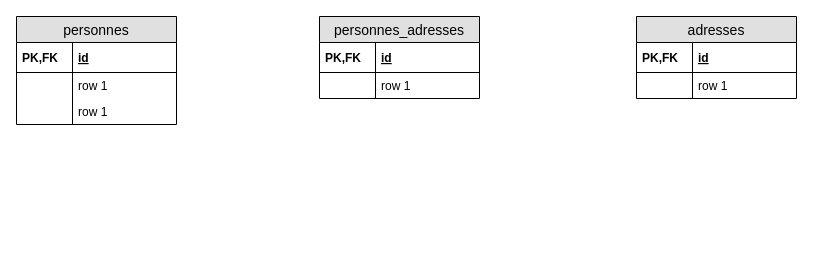
Before: Untitled Diagram.drawio in uniswim/uniswim, a draw.io diagram. Source tidied: cells renumbered, new cells numbered last; positions are measured from the earlier drawing's top-left corner, leaving out a move shared by most shapes. Both pictures are drawn from the tidied source at 100%, with x=0, y=0 at pixel (16, 16).
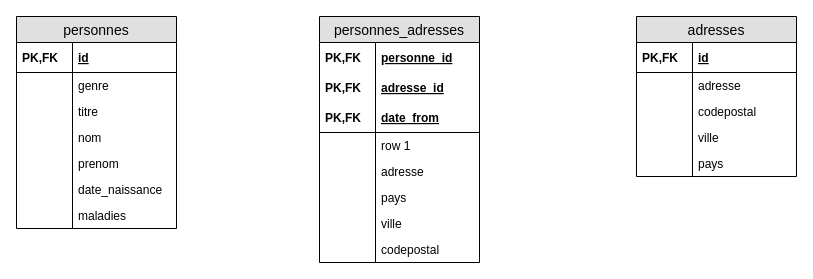
After the change.

Change to the diagram source:
```diff
@@
     <mxCell id="2" value="personnes" style="swimlane;fontStyle=0;horizontal=1;startSize=26;fillColor=#e0e0e0;swimlaneFillColor=#ffffff;align=center;fontSize=14;" parent="1" vertex="1">
-      <mxGeometry width="160" height="108" as="geometry" />
+      <mxGeometry width="160" height="212" as="geometry" />
     </mxCell>
@@
-    <mxCell id="5" value="row 1" style="shape=partialRectangle;top=0;left=0;right=0;bottom=0;align=left;verticalAlign=top;fillColor=none;spacingLeft=60;spacingRight=4;overflow=hidden;fontSize=12;" parent="2" vertex="1">
+    <mxCell id="5" value="genre" style="shape=partialRectangle;top=0;left=0;right=0;bottom=0;align=left;verticalAlign=top;fillColor=none;spacingLeft=60;spacingRight=4;overflow=hidden;fontSize=12;" parent="2" vertex="1">
       <mxGeometry y="56" width="160" height="26" as="geometry" />
     </mxCell>
@@
-    <mxCell id="7" value="row 1" style="shape=partialRectangle;top=0;left=0;right=0;bottom=0;align=left;verticalAlign=top;fillColor=none;spacingLeft=60;spacingRight=4;overflow=hidden;fontSize=12;" parent="2" vertex="1">
+    <mxCell id="7" value="titre" style="shape=partialRectangle;top=0;left=0;right=0;bottom=0;align=left;verticalAlign=top;fillColor=none;spacingLeft=60;spacingRight=4;overflow=hidden;fontSize=12;" parent="2" vertex="1">
       <mxGeometry y="82" width="160" height="26" as="geometry" />
     </mxCell>
@@
+    <mxCell id="19" value="nom" style="shape=partialRectangle;top=0;left=0;right=0;bottom=0;align=left;verticalAlign=top;fillColor=none;spacingLeft=60;spacingRight=4;overflow=hidden;fontSize=12;" parent="2" vertex="1">
+      <mxGeometry y="108" width="160" height="26" as="geometry" />
+    </mxCell>
+    <mxCell id="20" style="shape=partialRectangle;top=0;left=0;bottom=0;fillColor=none;align=left;verticalAlign=top;spacingLeft=4;spacingRight=4;overflow=hidden;fontSize=12;" parent="19" vertex="1">
+      <mxGeometry width="56" height="26" as="geometry" />
+    </mxCell>
+    <mxCell id="21" value="prenom" style="shape=partialRectangle;top=0;left=0;right=0;bottom=0;align=left;verticalAlign=top;fillColor=none;spacingLeft=60;spacingRight=4;overflow=hidden;fontSize=12;" parent="2" vertex="1">
+      <mxGeometry y="134" width="160" height="26" as="geometry" />
+    </mxCell>
+    <mxCell id="22" style="shape=partialRectangle;top=0;left=0;bottom=0;fillColor=none;align=left;verticalAlign=top;spacingLeft=4;spacingRight=4;overflow=hidden;fontSize=12;" parent="21" vertex="1">
+      <mxGeometry width="56" height="26" as="geometry" />
+    </mxCell>
+    <mxCell id="23" value="date_naissance" style="shape=partialRectangle;top=0;left=0;right=0;bottom=0;align=left;verticalAlign=top;fillColor=none;spacingLeft=60;spacingRight=4;overflow=hidden;fontSize=12;" parent="2" vertex="1">
+      <mxGeometry y="160" width="160" height="26" as="geometry" />
+    </mxCell>
+    <mxCell id="24" style="shape=partialRectangle;top=0;left=0;bottom=0;fillColor=none;align=left;verticalAlign=top;spacingLeft=4;spacingRight=4;overflow=hidden;fontSize=12;" parent="23" vertex="1">
+      <mxGeometry width="56" height="26" as="geometry" />
+    </mxCell>
+    <mxCell id="25" value="maladies" style="shape=partialRectangle;top=0;left=0;right=0;bottom=0;align=left;verticalAlign=top;fillColor=none;spacingLeft=60;spacingRight=4;overflow=hidden;fontSize=12;" parent="2" vertex="1">
+      <mxGeometry y="186" width="160" height="26" as="geometry" />
+    </mxCell>
+    <mxCell id="26" style="shape=partialRectangle;top=0;left=0;bottom=0;fillColor=none;align=left;verticalAlign=top;spacingLeft=4;spacingRight=4;overflow=hidden;fontSize=12;" parent="25" vertex="1">
+      <mxGeometry width="56" height="26" as="geometry" />
+    </mxCell>
     <mxCell id="9" value="adresses" style="swimlane;fontStyle=0;horizontal=1;startSize=26;fillColor=#e0e0e0;swimlaneFillColor=#ffffff;align=center;fontSize=14;" parent="1" vertex="1">
-      <mxGeometry x="620" width="160" height="82" as="geometry" />
+      <mxGeometry x="620" width="160" height="160" as="geometry" />
     </mxCell>
@@
-    <mxCell id="12" value="row 1" style="shape=partialRectangle;top=0;left=0;right=0;bottom=0;align=left;verticalAlign=top;fillColor=none;spacingLeft=60;spacingRight=4;overflow=hidden;fontSize=12;" parent="9" vertex="1">
-      <mxGeometry y="56" width="160" height="26" as="geometry" />
-    </mxCell>
-    <mxCell id="13" style="shape=partialRectangle;top=0;left=0;bottom=0;fillColor=none;align=left;verticalAlign=top;spacingLeft=4;spacingRight=4;overflow=hidden;fontSize=12;" parent="12" vertex="1">
-      <mxGeometry width="56" height="26" as="geometry" />
-    </mxCell>
+    <mxCell id="27" value="adresse" style="shape=partialRectangle;top=0;left=0;right=0;bottom=0;align=left;verticalAlign=top;fillColor=none;spacingLeft=60;spacingRight=4;overflow=hidden;fontSize=12;" parent="9" vertex="1">
+      <mxGeometry y="56" width="160" height="26" as="geometry" />
+    </mxCell>
+    <mxCell id="28" style="shape=partialRectangle;top=0;left=0;bottom=0;fillColor=none;align=left;verticalAlign=top;spacingLeft=4;spacingRight=4;overflow=hidden;fontSize=12;" parent="27" vertex="1">
+      <mxGeometry width="56" height="26" as="geometry" />
+    </mxCell>
+    <mxCell id="29" value="codepostal" style="shape=partialRectangle;top=0;left=0;right=0;bottom=0;align=left;verticalAlign=top;fillColor=none;spacingLeft=60;spacingRight=4;overflow=hidden;fontSize=12;" parent="9" vertex="1">
+      <mxGeometry y="82" width="160" height="26" as="geometry" />
+    </mxCell>
+    <mxCell id="30" style="shape=partialRectangle;top=0;left=0;bottom=0;fillColor=none;align=left;verticalAlign=top;spacingLeft=4;spacingRight=4;overflow=hidden;fontSize=12;" parent="29" vertex="1">
+      <mxGeometry width="56" height="26" as="geometry" />
+    </mxCell>
+    <mxCell id="31" value="ville" style="shape=partialRectangle;top=0;left=0;right=0;bottom=0;align=left;verticalAlign=top;fillColor=none;spacingLeft=60;spacingRight=4;overflow=hidden;fontSize=12;" parent="9" vertex="1">
+      <mxGeometry y="108" width="160" height="26" as="geometry" />
+    </mxCell>
+    <mxCell id="32" style="shape=partialRectangle;top=0;left=0;bottom=0;fillColor=none;align=left;verticalAlign=top;spacingLeft=4;spacingRight=4;overflow=hidden;fontSize=12;" parent="31" vertex="1">
+      <mxGeometry width="56" height="26" as="geometry" />
+    </mxCell>
+    <mxCell id="33" value="pays" style="shape=partialRectangle;top=0;left=0;right=0;bottom=0;align=left;verticalAlign=top;fillColor=none;spacingLeft=60;spacingRight=4;overflow=hidden;fontSize=12;" parent="9" vertex="1">
+      <mxGeometry y="134" width="160" height="26" as="geometry" />
+    </mxCell>
+    <mxCell id="34" style="shape=partialRectangle;top=0;left=0;bottom=0;fillColor=none;align=left;verticalAlign=top;spacingLeft=4;spacingRight=4;overflow=hidden;fontSize=12;" parent="33" vertex="1">
+      <mxGeometry width="56" height="26" as="geometry" />
+    </mxCell>
     <mxCell id="14" value="personnes_adresses" style="swimlane;fontStyle=0;horizontal=1;startSize=26;fillColor=#e0e0e0;swimlaneFillColor=#ffffff;align=center;fontSize=14;" parent="1" vertex="1">
-      <mxGeometry x="303" width="160" height="82" as="geometry" />
+      <mxGeometry x="303" width="160" height="246" as="geometry" />
     </mxCell>
+    <mxCell id="35" value="personne_id" style="shape=partialRectangle;top=0;left=0;right=0;bottom=1;align=left;verticalAlign=middle;fillColor=none;spacingLeft=60;spacingRight=4;overflow=hidden;fontStyle=5;fontSize=12;strokeColor=none;" parent="14" vertex="1">
+      <mxGeometry y="26" width="160" height="30" as="geometry" />
+    </mxCell>
+    <mxCell id="36" value="PK,FK" style="shape=partialRectangle;fontStyle=1;top=0;left=0;bottom=0;fillColor=none;align=left;verticalAlign=middle;spacingLeft=4;spacingRight=4;overflow=hidden;fontSize=12;" parent="35" vertex="1">
+      <mxGeometry width="56" height="30" as="geometry" />
+    </mxCell>
+    <mxCell id="37" value="adresse_id" style="shape=partialRectangle;top=0;left=0;right=0;bottom=1;align=left;verticalAlign=middle;fillColor=none;spacingLeft=60;spacingRight=4;overflow=hidden;fontStyle=5;fontSize=12;strokeColor=none;" parent="14" vertex="1">
+      <mxGeometry y="56" width="160" height="30" as="geometry" />
+    </mxCell>
+    <mxCell id="38" value="PK,FK" style="shape=partialRectangle;fontStyle=1;top=0;left=0;bottom=0;fillColor=none;align=left;verticalAlign=middle;spacingLeft=4;spacingRight=4;overflow=hidden;fontSize=12;" parent="37" vertex="1">
+      <mxGeometry width="56" height="30" as="geometry" />
+    </mxCell>
-    <mxCell id="15" value="id" style="shape=partialRectangle;top=0;left=0;right=0;bottom=1;align=left;verticalAlign=middle;fillColor=none;spacingLeft=60;spacingRight=4;overflow=hidden;fontStyle=5;fontSize=12;" parent="14" vertex="1">
-      <mxGeometry y="26" width="160" height="30" as="geometry" />
+    <mxCell id="15" value="date_from" style="shape=partialRectangle;top=0;left=0;right=0;bottom=1;align=left;verticalAlign=middle;fillColor=none;spacingLeft=60;spacingRight=4;overflow=hidden;fontStyle=5;fontSize=12;" parent="14" vertex="1">
+      <mxGeometry y="86" width="160" height="30" as="geometry" />
     </mxCell>
@@
     <mxCell id="17" value="row 1" style="shape=partialRectangle;top=0;left=0;right=0;bottom=0;align=left;verticalAlign=top;fillColor=none;spacingLeft=60;spacingRight=4;overflow=hidden;fontSize=12;" parent="14" vertex="1">
-      <mxGeometry y="56" width="160" height="26" as="geometry" />
+      <mxGeometry y="116" width="160" height="26" as="geometry" />
     </mxCell>
@@
+    <mxCell id="39" value="adresse" style="shape=partialRectangle;top=0;left=0;right=0;bottom=0;align=left;verticalAlign=top;fillColor=none;spacingLeft=60;spacingRight=4;overflow=hidden;fontSize=12;" parent="14" vertex="1">
+      <mxGeometry y="142" width="160" height="26" as="geometry" />
+    </mxCell>
+    <mxCell id="40" style="shape=partialRectangle;top=0;left=0;bottom=0;fillColor=none;align=left;verticalAlign=top;spacingLeft=4;spacingRight=4;overflow=hidden;fontSize=12;" parent="39" vertex="1">
+      <mxGeometry width="56" height="26" as="geometry" />
+    </mxCell>
+    <mxCell id="41" value="pays" style="shape=partialRectangle;top=0;left=0;right=0;bottom=0;align=left;verticalAlign=top;fillColor=none;spacingLeft=60;spacingRight=4;overflow=hidden;fontSize=12;" parent="14" vertex="1">
+      <mxGeometry y="168" width="160" height="26" as="geometry" />
+    </mxCell>
+    <mxCell id="42" style="shape=partialRectangle;top=0;left=0;bottom=0;fillColor=none;align=left;verticalAlign=top;spacingLeft=4;spacingRight=4;overflow=hidden;fontSize=12;" parent="41" vertex="1">
+      <mxGeometry width="56" height="26" as="geometry" />
+    </mxCell>
+    <mxCell id="43" value="ville" style="shape=partialRectangle;top=0;left=0;right=0;bottom=0;align=left;verticalAlign=top;fillColor=none;spacingLeft=60;spacingRight=4;overflow=hidden;fontSize=12;" parent="14" vertex="1">
+      <mxGeometry y="194" width="160" height="26" as="geometry" />
+    </mxCell>
+    <mxCell id="44" style="shape=partialRectangle;top=0;left=0;bottom=0;fillColor=none;align=left;verticalAlign=top;spacingLeft=4;spacingRight=4;overflow=hidden;fontSize=12;" parent="43" vertex="1">
+      <mxGeometry width="56" height="26" as="geometry" />
+    </mxCell>
+    <mxCell id="45" value="codepostal" style="shape=partialRectangle;top=0;left=0;right=0;bottom=0;align=left;verticalAlign=top;fillColor=none;spacingLeft=60;spacingRight=4;overflow=hidden;fontSize=12;" parent="14" vertex="1">
+      <mxGeometry y="220" width="160" height="26" as="geometry" />
+    </mxCell>
+    <mxCell id="46" style="shape=partialRectangle;top=0;left=0;bottom=0;fillColor=none;align=left;verticalAlign=top;spacingLeft=4;spacingRight=4;overflow=hidden;fontSize=12;" parent="45" vertex="1">
+      <mxGeometry width="56" height="26" as="geometry" />
+    </mxCell>
```
